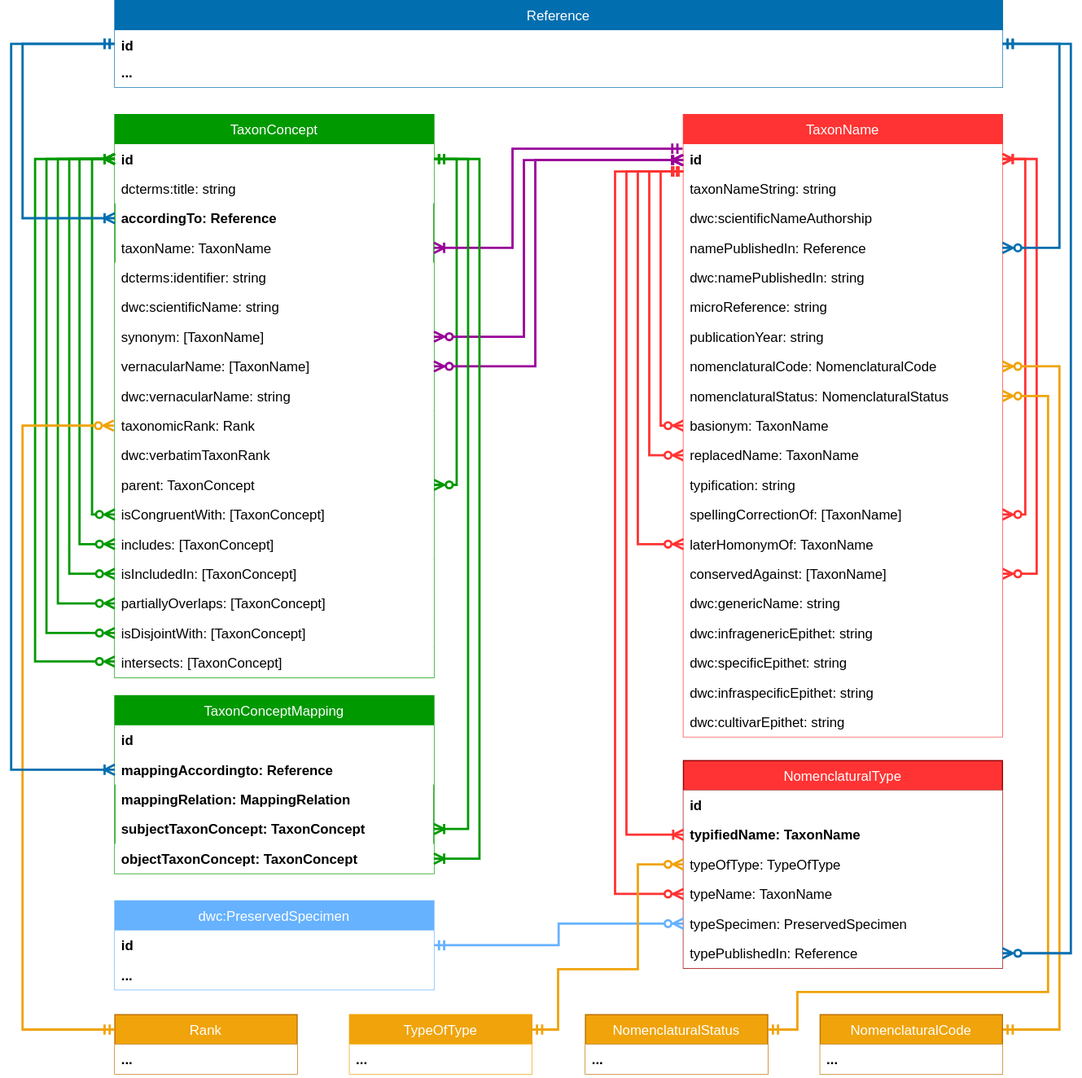
Earlier version of the draw.io export docs/media/tcs-diagram-20240511.drawio.svg (tdwg/tcs2). Source tidied: cells renumbered, new cells last; positions are measured from the earlier drawing's top-left corner, leaving out a move shared by most shapes.
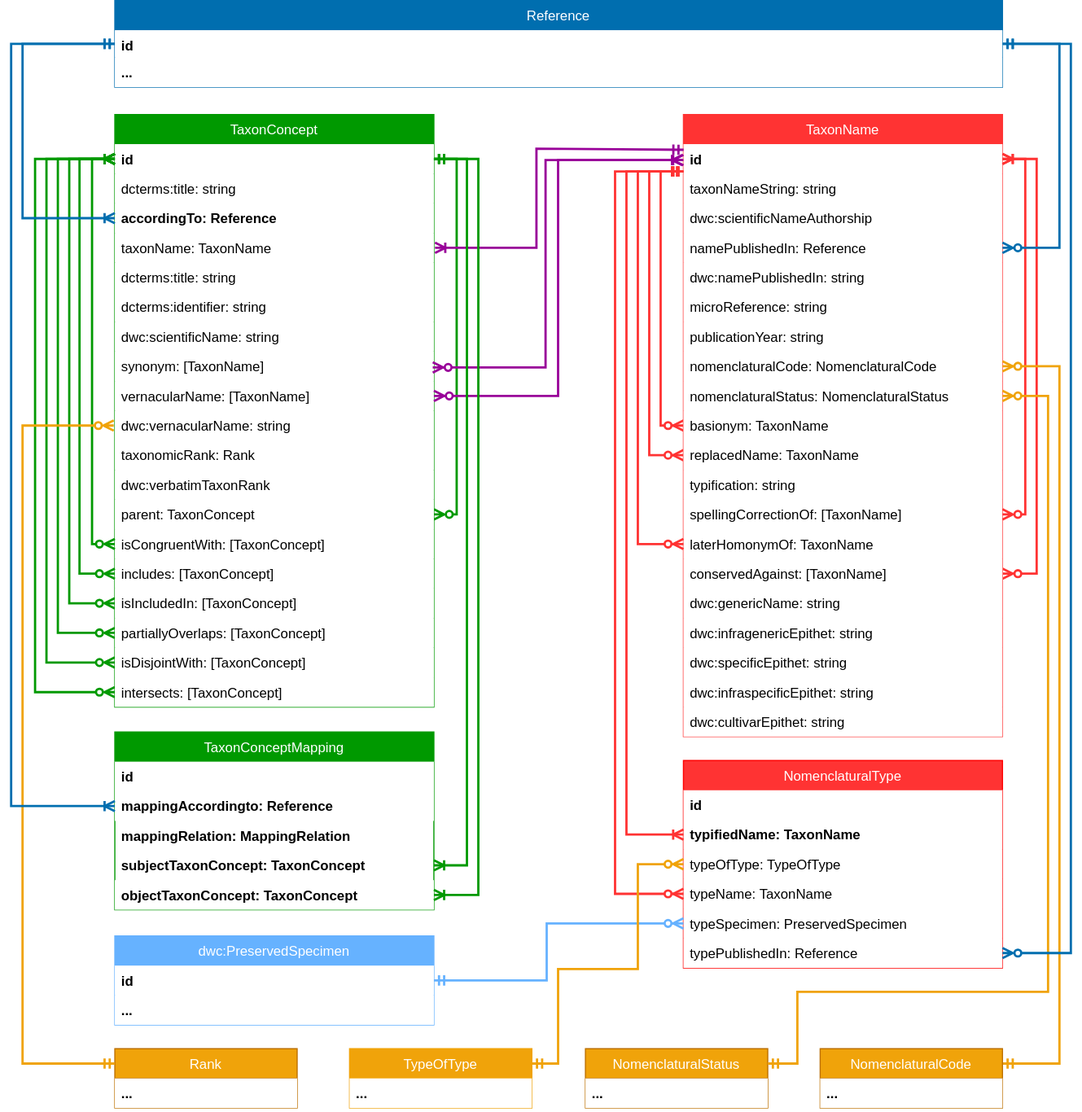
Later version of the same file.

Commit message:
update TCS diagram

Diff of the diagram source:
```diff
@@ -5,3 +5,3 @@
     <mxCell id="2" value="TaxonConcept" style="swimlane;fontStyle=0;horizontal=1;startSize=26;fontColor=#ffffff;fillColor=#009900;strokeColor=#009900;" parent="1" vertex="1">
-      <mxGeometry x="91" y="100" width="280" height="494" as="geometry" />
+      <mxGeometry x="91" y="100" width="280" height="520" as="geometry" />
     </mxCell>
@@ -13,19 +13,22 @@
     </mxCell>
-    <mxCell id="5" value="accordingTo: Reference" style="text;align=left;verticalAlign=top;spacingLeft=4;spacingRight=4;overflow=hidden;points=[[0,0.5],[1,0.5]];portConstraint=eastwest;labelBackgroundColor=none;fontStyle=1;" parent="2" vertex="1">
+    <mxCell id="5" value="accordingTo: Reference" style="text;strokeColor=none;align=left;verticalAlign=top;spacingLeft=4;spacingRight=4;overflow=hidden;points=[[0,0.5],[1,0.5]];portConstraint=eastwest;fillColor=#ffffff;fontStyle=1;" parent="2" vertex="1">
       <mxGeometry y="78" width="280" height="26" as="geometry" />
     </mxCell>
-    <mxCell id="6" value="taxonName: TaxonName" style="text;align=left;verticalAlign=top;spacingLeft=4;spacingRight=4;overflow=hidden;points=[[0,0.5],[1,0.5]];portConstraint=eastwest;labelBackgroundColor=none;" parent="2" vertex="1">
+    <mxCell id="6" value="taxonName: TaxonName" style="text;strokeColor=none;align=left;verticalAlign=top;spacingLeft=4;spacingRight=4;overflow=hidden;points=[[0,0.5],[1,0.5]];portConstraint=eastwest;fillColor=#ffffff;" parent="2" vertex="1">
       <mxGeometry y="104" width="280" height="26" as="geometry" />
     </mxCell>
+    <mxCell id="97" value="dcterms:title: string" style="text;strokeColor=none;align=left;verticalAlign=top;spacingLeft=4;spacingRight=4;overflow=hidden;fillColor=#ffffff;" parent="2" vertex="1">
+      <mxGeometry y="130" width="280" height="26" as="geometry" />
+    </mxCell>
     <mxCell id="7" value="dcterms:identifier: string" style="text;strokeColor=none;align=left;verticalAlign=top;spacingLeft=4;spacingRight=4;overflow=hidden;fillColor=#ffffff;" parent="2" vertex="1">
-      <mxGeometry y="130" width="280" height="26" as="geometry" />
+      <mxGeometry y="156" width="280" height="26" as="geometry" />
     </mxCell>
     <mxCell id="8" value="dwc:scientificName: string" style="text;strokeColor=none;align=left;verticalAlign=top;spacingLeft=4;spacingRight=4;overflow=hidden;fillColor=#ffffff;" parent="2" vertex="1">
-      <mxGeometry y="156" width="280" height="26" as="geometry" />
+      <mxGeometry y="182" width="280" height="26" as="geometry" />
     </mxCell>
     <mxCell id="9" value="synonym: [TaxonName]" style="text;strokeColor=none;align=left;verticalAlign=top;spacingLeft=4;spacingRight=4;overflow=hidden;points=[[0,0.5],[1,0.5]];portConstraint=eastwest;fillColor=#ffffff;" parent="2" vertex="1">
-      <mxGeometry y="182" width="280" height="26" as="geometry" />
+      <mxGeometry y="208" width="280" height="26" as="geometry" />
     </mxCell>
     <mxCell id="10" value="vernacularName: [TaxonName]" style="text;strokeColor=none;align=left;verticalAlign=top;spacingLeft=4;spacingRight=4;overflow=hidden;points=[[0,0.5],[1,0.5]];portConstraint=eastwest;fillColor=#ffffff;" parent="2" vertex="1">
-      <mxGeometry y="208" width="280" height="26" as="geometry" />
+      <mxGeometry y="234" width="280" height="26" as="geometry" />
     </mxCell>
@@ -34,3 +37,3 @@
         <Array as="points">
-          <mxPoint x="300" y="325" />
+          <mxPoint x="300" y="351" />
           <mxPoint x="300" y="39" />
@@ -40,23 +43,23 @@
     <mxCell id="12" value="dwc:vernacularName: string" style="text;strokeColor=none;align=left;verticalAlign=top;spacingLeft=4;spacingRight=4;overflow=hidden;fillColor=#ffffff;" parent="2" vertex="1">
-      <mxGeometry y="234" width="280" height="26" as="geometry" />
+      <mxGeometry y="260" width="280" height="26" as="geometry" />
     </mxCell>
     <mxCell id="13" value="taxonomicRank: Rank" style="text;strokeColor=none;align=left;verticalAlign=top;spacingLeft=4;spacingRight=4;overflow=hidden;fillColor=#ffffff;" parent="2" vertex="1">
-      <mxGeometry y="260" width="280" height="26" as="geometry" />
+      <mxGeometry y="286" width="280" height="26" as="geometry" />
     </mxCell>
     <mxCell id="14" value="dwc:verbatimTaxonRank&#10;" style="text;strokeColor=none;align=left;verticalAlign=top;spacingLeft=4;spacingRight=4;overflow=hidden;fillColor=#ffffff;" parent="2" vertex="1">
-      <mxGeometry y="286" width="280" height="26" as="geometry" />
+      <mxGeometry y="312" width="280" height="26" as="geometry" />
     </mxCell>
     <mxCell id="15" value="parent: TaxonConcept" style="text;strokeColor=none;align=left;verticalAlign=top;spacingLeft=4;spacingRight=4;overflow=hidden;points=[[0,0.5],[1,0.5]];portConstraint=eastwest;fillColor=#ffffff;" parent="2" vertex="1">
-      <mxGeometry y="312" width="280" height="26" as="geometry" />
+      <mxGeometry y="338" width="280" height="26" as="geometry" />
     </mxCell>
     <mxCell id="16" value="isCongruentWith: [TaxonConcept]" style="text;strokeColor=none;align=left;verticalAlign=top;spacingLeft=4;spacingRight=4;overflow=hidden;points=[[0,0.5],[1,0.5]];portConstraint=eastwest;fillColor=#ffffff;" parent="2" vertex="1">
-      <mxGeometry y="338" width="280" height="26" as="geometry" />
+      <mxGeometry y="364" width="280" height="26" as="geometry" />
     </mxCell>
     <mxCell id="17" value="includes: [TaxonConcept]" style="text;strokeColor=none;align=left;verticalAlign=top;spacingLeft=4;spacingRight=4;overflow=hidden;points=[[0,0.5],[1,0.5]];portConstraint=eastwest;fillColor=#ffffff;" parent="2" vertex="1">
-      <mxGeometry y="364" width="280" height="26" as="geometry" />
+      <mxGeometry y="390" width="280" height="26" as="geometry" />
     </mxCell>
-    <mxCell id="18" style="edgeStyle=orthogonalEdgeStyle;rounded=0;jettySize=auto;html=1;entryX=0;entryY=0.5;entryDx=0;entryDy=0;strokeColor=#009900;strokeWidth=2;startArrow=ERzeroToMany;startFill=0;endArrow=ERoneToMany;endFill=0;" parent="2" edge="1" source="19" target="3">
+    <mxCell id="18" style="edgeStyle=orthogonalEdgeStyle;rounded=0;jettySize=auto;html=1;entryX=0;entryY=0.5;entryDx=0;entryDy=0;strokeColor=#009900;strokeWidth=2;startArrow=ERzeroToMany;startFill=0;endArrow=ERoneToMany;endFill=0;exitX=0;exitY=0.5;exitDx=0;exitDy=0;" parent="2" edge="1" source="19" target="3">
       <mxGeometry relative="1" as="geometry">
         <Array as="points">
-          <mxPoint x="-40" y="403" />
+          <mxPoint x="-40" y="429" />
           <mxPoint x="-40" y="39" />
@@ -66,8 +69,8 @@
     <mxCell id="19" value="isIncludedIn: [TaxonConcept]" style="text;strokeColor=none;align=left;verticalAlign=top;spacingLeft=4;spacingRight=4;overflow=hidden;points=[[0,0.5],[1,0.5]];portConstraint=eastwest;fillColor=#ffffff;" parent="2" vertex="1">
-      <mxGeometry y="390" width="280" height="26" as="geometry" />
+      <mxGeometry y="416" width="280" height="26" as="geometry" />
     </mxCell>
-    <mxCell id="20" style="edgeStyle=orthogonalEdgeStyle;rounded=0;jettySize=auto;html=1;entryX=0;entryY=0.5;entryDx=0;entryDy=0;strokeColor=#009900;strokeWidth=2;startArrow=ERzeroToMany;startFill=0;endArrow=ERoneToMany;endFill=0;" parent="2" edge="1" source="21" target="3">
+    <mxCell id="20" style="edgeStyle=orthogonalEdgeStyle;rounded=0;jettySize=auto;html=1;entryX=0;entryY=0.5;entryDx=0;entryDy=0;strokeColor=#009900;strokeWidth=2;startArrow=ERzeroToMany;startFill=0;endArrow=ERoneToMany;endFill=0;exitX=0;exitY=0.5;exitDx=0;exitDy=0;" parent="2" edge="1" source="21" target="3">
       <mxGeometry relative="1" as="geometry">
         <Array as="points">
-          <mxPoint x="-50" y="429" />
+          <mxPoint x="-50" y="455" />
           <mxPoint x="-50" y="39" />
@@ -77,8 +80,8 @@
     <mxCell id="21" value="partiallyOverlaps: [TaxonConcept]" style="text;strokeColor=none;align=left;verticalAlign=top;spacingLeft=4;spacingRight=4;overflow=hidden;points=[[0,0.5],[1,0.5]];portConstraint=eastwest;fillColor=#ffffff;" parent="2" vertex="1">
-      <mxGeometry y="416" width="280" height="26" as="geometry" />
+      <mxGeometry y="442" width="280" height="26" as="geometry" />
     </mxCell>
-    <mxCell id="22" style="edgeStyle=orthogonalEdgeStyle;rounded=0;jettySize=auto;html=1;entryX=0;entryY=0.5;entryDx=0;entryDy=0;strokeColor=#009900;strokeWidth=2;startArrow=ERzeroToMany;startFill=0;endArrow=ERoneToMany;endFill=0;" parent="2" edge="1" source="23" target="3">
+    <mxCell id="22" style="edgeStyle=orthogonalEdgeStyle;rounded=0;jettySize=auto;html=1;entryX=0;entryY=0.5;entryDx=0;entryDy=0;strokeColor=#009900;strokeWidth=2;startArrow=ERzeroToMany;startFill=0;endArrow=ERoneToMany;endFill=0;exitX=0;exitY=0.5;exitDx=0;exitDy=0;" parent="2" edge="1" source="23" target="3">
       <mxGeometry relative="1" as="geometry">
         <Array as="points">
-          <mxPoint x="-60" y="455" />
+          <mxPoint x="-60" y="481" />
           <mxPoint x="-60" y="39" />
@@ -88,8 +91,8 @@
     <mxCell id="23" value="isDisjointWith: [TaxonConcept]" style="text;strokeColor=none;align=left;verticalAlign=top;spacingLeft=4;spacingRight=4;overflow=hidden;points=[[0,0.5],[1,0.5]];portConstraint=eastwest;fillColor=#ffffff;" parent="2" vertex="1">
-      <mxGeometry y="442" width="280" height="26" as="geometry" />
+      <mxGeometry y="468" width="280" height="26" as="geometry" />
     </mxCell>
-    <mxCell id="24" style="edgeStyle=orthogonalEdgeStyle;rounded=0;jettySize=auto;html=1;entryX=0;entryY=0.5;entryDx=0;entryDy=0;strokeColor=#009900;strokeWidth=2;startArrow=ERzeroToMany;startFill=0;endArrow=ERoneToMany;endFill=0;" parent="2" edge="1" source="25" target="3">
+    <mxCell id="24" style="edgeStyle=orthogonalEdgeStyle;rounded=0;jettySize=auto;html=1;entryX=0;entryY=0.5;entryDx=0;entryDy=0;strokeColor=#009900;strokeWidth=2;startArrow=ERzeroToMany;startFill=0;endArrow=ERoneToMany;endFill=0;exitX=0;exitY=0.5;exitDx=0;exitDy=0;" parent="2" edge="1" source="25" target="3">
       <mxGeometry relative="1" as="geometry">
         <Array as="points">
-          <mxPoint x="-70" y="480" />
+          <mxPoint x="-70" y="507" />
           <mxPoint x="-70" y="39" />
@@ -99,3 +102,3 @@
     <mxCell id="25" value="intersects: [TaxonConcept]" style="text;strokeColor=none;align=left;verticalAlign=top;spacingLeft=4;spacingRight=4;overflow=hidden;points=[[0,0.5],[1,0.5]];portConstraint=eastwest;fillColor=#ffffff;" parent="2" vertex="1">
-      <mxGeometry y="468" width="280" height="26" as="geometry" />
+      <mxGeometry y="494" width="280" height="26" as="geometry" />
     </mxCell>
@@ -104,3 +107,3 @@
         <Array as="points">
-          <mxPoint x="-31" y="377" />
+          <mxPoint x="-31" y="403" />
           <mxPoint x="-31" y="39" />
@@ -112,3 +115,3 @@
         <Array as="points">
-          <mxPoint x="-20" y="351" />
+          <mxPoint x="-20" y="377" />
           <mxPoint x="-20" y="39" />
@@ -215,3 +218,3 @@
     <mxCell id="53" value="dwc:PreservedSpecimen" style="swimlane;fontStyle=0;horizontal=1;startSize=26;fillColor=#66B2FF;strokeWidth=1;fontColor=#ffffff;strokeColor=#66B2FF;" parent="1" vertex="1">
-      <mxGeometry x="91" y="790" width="280" height="78" as="geometry" />
+      <mxGeometry x="91" y="821" width="280" height="78" as="geometry" />
     </mxCell>
@@ -223,3 +226,3 @@
     </mxCell>
-    <mxCell id="56" value="NomenclaturalType" style="swimlane;fontStyle=0;horizontal=1;startSize=26;strokeWidth=1;fontSize=12;fontColor=#ffffff;fillColor=#FF3333;strokeColor=#990000;" parent="1" vertex="1">
+    <mxCell id="56" value="NomenclaturalType" style="swimlane;fontStyle=0;horizontal=1;startSize=26;strokeWidth=1;fontSize=12;fontColor=#ffffff;fillColor=#FF3333;strokeColor=#FF0000;" parent="1" vertex="1">
       <mxGeometry x="590" y="667" width="280" height="182" as="geometry" />
@@ -245,3 +248,3 @@
     <mxCell id="63" value="Rank" style="swimlane;fontStyle=0;horizontal=1;startSize=26;fillColor=#f0a30a;strokeWidth=1;fontSize=12;strokeColor=#BD7000;fontColor=#ffffff;" parent="1" vertex="1">
-      <mxGeometry x="91" y="890" width="160" height="52" as="geometry" />
+      <mxGeometry x="91" y="920" width="160" height="52" as="geometry" />
     </mxCell>
@@ -251,3 +254,3 @@
     <mxCell id="65" value="NomenclaturalStatus" style="swimlane;fontStyle=0;horizontal=1;startSize=26;fillColor=#f0a30a;strokeWidth=1;fontSize=12;strokeColor=#BD7000;fontColor=#ffffff;" parent="1" vertex="1">
-      <mxGeometry x="504" y="890" width="160" height="52" as="geometry" />
+      <mxGeometry x="504" y="920" width="160" height="52" as="geometry" />
     </mxCell>
@@ -257,3 +260,3 @@
     <mxCell id="67" value="TypeOfType" style="swimlane;fontStyle=0;horizontal=1;startSize=26;fillColor=#f0a30a;strokeWidth=1;fontSize=12;fontColor=#ffffff;strokeColor=#F0A30A;" parent="1" vertex="1">
-      <mxGeometry x="297" y="890" width="160" height="52" as="geometry" />
+      <mxGeometry x="297" y="920" width="160" height="52" as="geometry" />
     </mxCell>
@@ -262,8 +265,9 @@
     </mxCell>
-    <mxCell id="69" style="edgeStyle=orthogonalEdgeStyle;rounded=0;jettySize=auto;html=1;endArrow=ERmandOne;startArrow=ERoneToMany;exitX=1;exitY=0.5;exitDx=0;exitDy=0;strokeColor=#990099;strokeWidth=2;startFill=0;entryX=-0.003;entryY=0.191;entryDx=0;entryDy=0;entryPerimeter=0;" parent="1" edge="1" source="6" target="29">
+    <mxCell id="69" style="edgeStyle=orthogonalEdgeStyle;rounded=0;orthogonalLoop=1;jettySize=auto;html=1;endArrow=ERmandOne;startArrow=ERoneToMany;exitX=1;exitY=0.5;exitDx=0;exitDy=0;strokeColor=#990099;strokeWidth=2;startFill=0;entryX=-0.003;entryY=0.191;entryDx=0;entryDy=0;entryPerimeter=0;" parent="1" edge="1">
       <mxGeometry relative="1" as="geometry">
+        <mxPoint x="372" y="217" as="sourcePoint" />
+        <mxPoint x="590.2" y="131" as="targetPoint" />
         <Array as="points">
-          <mxPoint x="440" y="217" />
-          <mxPoint x="440" y="130" />
-          <mxPoint x="589" y="130" />
+          <mxPoint x="461" y="217" />
+          <mxPoint x="461" y="130" />
         </Array>
@@ -271,4 +275,5 @@
     </mxCell>
-    <mxCell id="70" style="edgeStyle=orthogonalEdgeStyle;rounded=0;jettySize=auto;html=1;entryX=0;entryY=0.5;entryDx=0;entryDy=0;startArrow=ERoneToMany;endArrow=ERmandOne;strokeColor=#006EAF;strokeWidth=2;exitX=0;exitY=0.5;exitDx=0;exitDy=0;startFill=0;" parent="1" edge="1" source="5" target="76">
+    <mxCell id="70" style="edgeStyle=orthogonalEdgeStyle;rounded=0;jettySize=auto;html=1;entryX=0;entryY=0.5;entryDx=0;entryDy=0;startArrow=ERoneToMany;endArrow=ERmandOne;strokeColor=#006EAF;strokeWidth=2;exitX=0;exitY=0.5;exitDx=0;exitDy=0;startFill=0;" parent="1" edge="1" target="76">
       <mxGeometry relative="1" as="geometry">
+        <mxPoint x="91" y="191" as="sourcePoint" />
         <Array as="points">
@@ -306,3 +311,8 @@
     <mxCell id="74" style="edgeStyle=orthogonalEdgeStyle;rounded=0;jettySize=auto;html=1;entryX=1;entryY=0.5;entryDx=0;entryDy=0;startArrow=ERzeroToMany;endArrow=ERmandOne;strokeColor=#66B2FF;strokeWidth=2;exitX=0;exitY=0.5;exitDx=0;exitDy=0;" parent="1" edge="1" source="61" target="53">
-      <mxGeometry relative="1" as="geometry" />
+      <mxGeometry relative="1" as="geometry">
+        <Array as="points">
+          <mxPoint x="470" y="810" />
+          <mxPoint x="470" y="860" />
+        </Array>
+      </mxGeometry>
     </mxCell>
@@ -314,3 +324,3 @@
           <mxPoint x="480" y="850" />
-          <mxPoint x="480" y="903" />
+          <mxPoint x="480" y="933" />
         </Array>
@@ -331,3 +341,3 @@
           <mxPoint x="920" y="321" />
-          <mxPoint x="920" y="903" />
+          <mxPoint x="920" y="933" />
         </Array>
@@ -341,3 +351,3 @@
           <mxPoint x="690" y="870" />
-          <mxPoint x="690" y="903" />
+          <mxPoint x="690" y="933" />
         </Array>
@@ -346,3 +356,3 @@
     <mxCell id="81" value="NomenclaturalCode" style="swimlane;fontStyle=0;horizontal=1;startSize=26;fillColor=#f0a30a;strokeWidth=1;fontSize=12;strokeColor=#BD7000;fontColor=#ffffff;" parent="1" vertex="1">
-      <mxGeometry x="710" y="890" width="160" height="52" as="geometry" />
+      <mxGeometry x="710" y="920" width="160" height="52" as="geometry" />
     </mxCell>
@@ -351,8 +361,9 @@
     </mxCell>
-    <mxCell id="83" style="edgeStyle=orthogonalEdgeStyle;rounded=0;jettySize=auto;html=1;startArrow=ERzeroToMany;startFill=1;endArrow=ERoneToMany;endFill=0;strokeColor=#990099;strokeWidth=2;exitX=1;exitY=0.5;exitDx=0;exitDy=0;" parent="1" edge="1" source="10">
+    <mxCell id="83" style="edgeStyle=orthogonalEdgeStyle;rounded=0;orthogonalLoop=1;jettySize=auto;html=1;startArrow=ERzeroToMany;startFill=1;endArrow=ERoneToMany;endFill=0;strokeColor=#990099;strokeWidth=2;exitX=1;exitY=0.5;exitDx=0;exitDy=0;" parent="1" edge="1">
       <mxGeometry relative="1" as="geometry">
+        <mxPoint x="371" y="347" as="sourcePoint" />
         <mxPoint x="590" y="140" as="targetPoint" />
         <Array as="points">
-          <mxPoint x="460" y="321" />
-          <mxPoint x="460" y="140" />
+          <mxPoint x="480" y="347" />
+          <mxPoint x="480" y="140" />
         </Array>
@@ -360,8 +371,9 @@
     </mxCell>
-    <mxCell id="84" style="edgeStyle=orthogonalEdgeStyle;rounded=0;jettySize=auto;html=1;exitX=1;exitY=0.5;exitDx=0;exitDy=0;startArrow=ERzeroToMany;startFill=1;endArrow=ERoneToMany;endFill=0;strokeColor=#990099;strokeWidth=2;" parent="1" edge="1" source="9">
+    <mxCell id="84" style="edgeStyle=orthogonalEdgeStyle;rounded=0;orthogonalLoop=1;jettySize=auto;html=1;startArrow=ERzeroToMany;startFill=1;endArrow=ERoneToMany;endFill=0;strokeColor=#990099;strokeWidth=2;exitX=1;exitY=0.5;exitDx=0;exitDy=0;entryX=0;entryY=0.5;entryDx=0;entryDy=0;" parent="1" edge="1">
       <mxGeometry relative="1" as="geometry">
+        <mxPoint x="370" y="322" as="sourcePoint" />
         <mxPoint x="589" y="140" as="targetPoint" />
         <Array as="points">
-          <mxPoint x="450" y="295" />
-          <mxPoint x="450" y="140" />
+          <mxPoint x="469" y="322" />
+          <mxPoint x="469" y="140" />
         </Array>
@@ -374,3 +386,3 @@
           <mxPoint x="10" y="373" />
-          <mxPoint x="10" y="903" />
+          <mxPoint x="10" y="933" />
         </Array>
@@ -379,3 +391,3 @@
     <mxCell id="86" value="TaxonConceptMapping" style="swimlane;fontStyle=0;horizontal=1;startSize=26;fontColor=#ffffff;fillColor=#009900;strokeColor=#009900;" parent="1" vertex="1">
-      <mxGeometry x="91" y="610" width="280" height="156" as="geometry" />
+      <mxGeometry x="91" y="642" width="280" height="156" as="geometry" />
     </mxCell>
@@ -399,4 +411,4 @@
         <Array as="points">
-          <mxPoint x="401" y="727" />
-          <mxPoint x="401" y="139" />
+          <mxPoint x="400" y="759" />
+          <mxPoint x="400" y="139" />
         </Array>
@@ -407,4 +419,4 @@
         <Array as="points">
-          <mxPoint x="411" y="753" />
-          <mxPoint x="411" y="139" />
+          <mxPoint x="410" y="785" />
+          <mxPoint x="410" y="139" />
         </Array>
@@ -415,3 +427,3 @@
         <Array as="points">
-          <mxPoint y="675" />
+          <mxPoint y="707" />
           <mxPoint y="38" />
```
